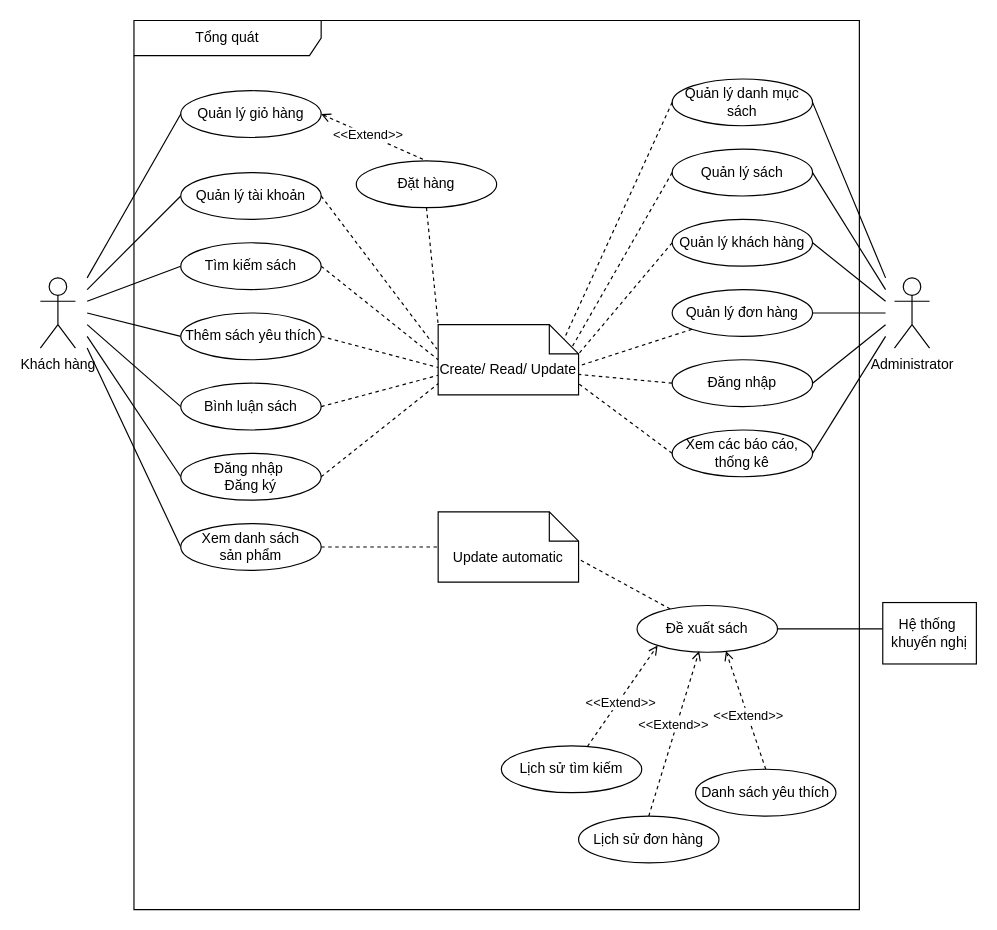
Earlier version of the draw.io diagram page "TongQuat" (1 of 8) of usecase.drawio (QuangHuy2201/FinalProject-Diagrams). Source tidied: cells renumbered, new cells numbered last; positions are measured from the earlier drawing's top-left corner, leaving out a move shared by most shapes. Both pictures are drawn from the tidied source at 117%, with x=0, y=0 at pixel (40, 20).
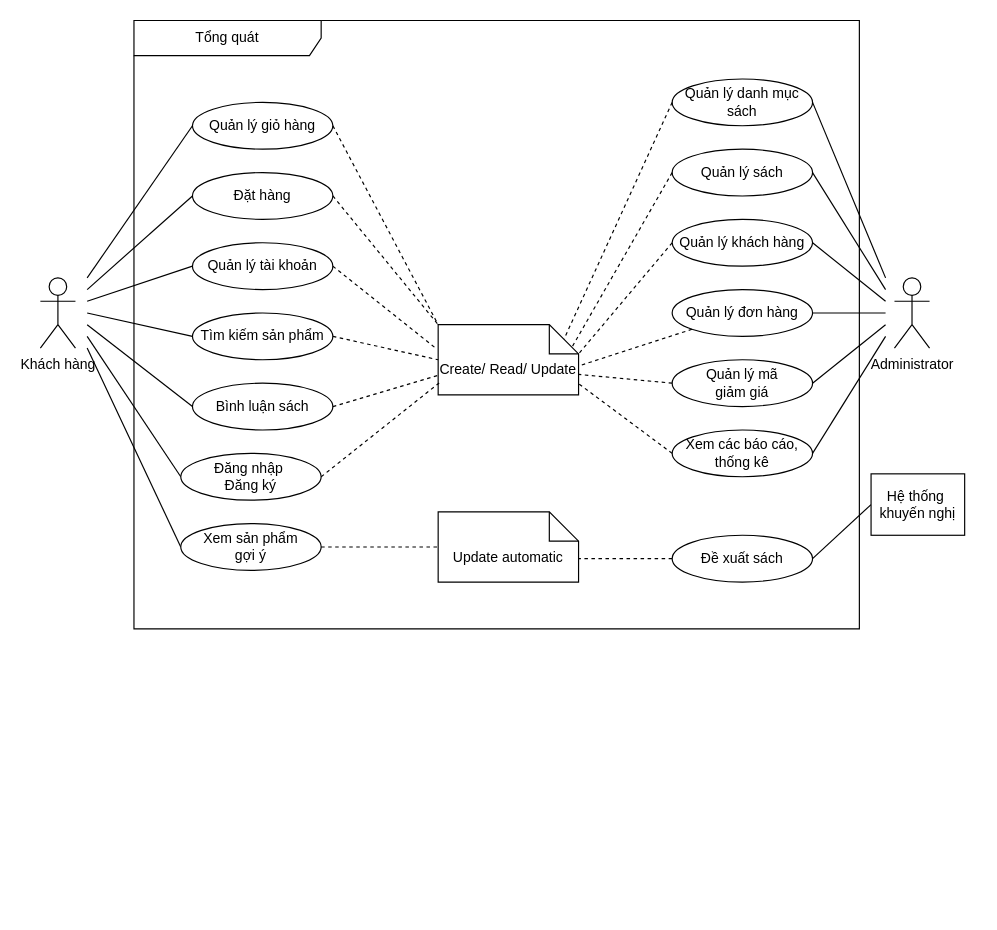
The same diagram, later.

Unchanged cells that the change refers to:
```xml
<mxCell id="46" value="Update automatic" style="shape=note2;boundedLbl=1;whiteSpace=wrap;html=1;size=25;verticalAlign=top;align=center;" parent="1" vertex="1">
  <mxGeometry x="340" y="420" width="120" height="60" as="geometry" />
</mxCell>
```

Change to the diagram source:
```diff
@@
-    <mxCell id="16" value="Xem danh sách&lt;div&gt;sản phẩm&lt;/div&gt;" style="ellipse;whiteSpace=wrap;html=1;" parent="1" vertex="1">
+    <mxCell id="16" value="Xem&amp;nbsp;&lt;span style=&quot;background-color: initial;&quot;&gt;sản phẩm&lt;/span&gt;&lt;div&gt;&lt;span style=&quot;background-color: initial;&quot;&gt;gợi ý&lt;/span&gt;&lt;/div&gt;" style="ellipse;whiteSpace=wrap;html=1;" parent="1" vertex="1">
       <mxGeometry x="120" y="430" width="120" height="40" as="geometry" />
     </mxCell>
-    <mxCell id="17" style="rounded=0;jettySize=auto;html=1;entryX=0.5;entryY=0;entryDx=0;entryDy=0;dashed=1;endArrow=none;endFill=0;exitX=1;exitY=0.5;exitDx=0;exitDy=0;startArrow=open;startFill=0;" parent="1" edge="1" source="19" target="31">
-      <mxGeometry relative="1" as="geometry" />
-    </mxCell>
-    <mxCell id="18" value="&amp;lt;&amp;lt;Extend&amp;gt;&amp;gt;" style="edgeLabel;html=1;align=center;verticalAlign=middle;" parent="17" vertex="1">
-      <mxGeometry x="-0.13" relative="1" as="geometry" />
-    </mxCell>
-    <mxCell id="19" value="Quản lý giỏ hàng" style="ellipse;whiteSpace=wrap;html=1;" parent="1" vertex="1">
-      <mxGeometry x="120" y="60" width="120" height="40" as="geometry" />
-    </mxCell>
     <mxCell id="20" style="rounded=0;jettySize=auto;html=1;endArrow=none;endFill=0;exitX=0;exitY=0.5;exitDx=0;exitDy=0;" parent="1" edge="1" source="21">
       <mxGeometry relative="1" as="geometry">
-        <mxPoint x="40" y="230" as="targetPoint" />
+        <mxPoint x="40" y="240" as="targetPoint" />
       </mxGeometry>
     </mxCell>
-    <mxCell id="21" value="Quản lý tài khoản" style="ellipse;whiteSpace=wrap;html=1;" parent="1" vertex="1">
-      <mxGeometry x="120" y="130" width="120" height="40" as="geometry" />
-    </mxCell>
     <mxCell id="22" style="rounded=0;jettySize=auto;html=1;endArrow=none;endFill=0;exitX=0;exitY=0.5;exitDx=0;exitDy=0;" parent="1" edge="1" source="23">
       <mxGeometry relative="1" as="geometry">
-        <mxPoint x="40" y="240" as="targetPoint" />
+        <mxPoint x="40" y="250" as="targetPoint" />
       </mxGeometry>
     </mxCell>
-    <mxCell id="23" value="Tìm kiếm sách" style="ellipse;whiteSpace=wrap;html=1;" parent="1" vertex="1">
-      <mxGeometry x="120" y="190" width="120" height="40" as="geometry" />
-    </mxCell>
@@
-    <mxCell id="25" value="Đăng nhập&amp;nbsp;&lt;div&gt;Đăng ký&lt;/div&gt;" style="ellipse;whiteSpace=wrap;html=1;" parent="1" vertex="1">
-      <mxGeometry x="120" y="370" width="120" height="40" as="geometry" />
-    </mxCell>
@@
-    <mxCell id="28" value="Bình luận sách" style="ellipse;whiteSpace=wrap;html=1;" parent="1" vertex="1">
-      <mxGeometry x="120" y="310" width="120" height="40" as="geometry" />
-    </mxCell>
-    <mxCell id="29" style="rounded=0;jettySize=auto;html=1;endArrow=none;endFill=0;exitX=0;exitY=0.5;exitDx=0;exitDy=0;" parent="1" edge="1" source="30">
-      <mxGeometry relative="1" as="geometry">
-        <mxPoint x="40" y="250" as="targetPoint" />
-      </mxGeometry>
-    </mxCell>
-    <mxCell id="30" value="Thêm sách yêu thích" style="ellipse;whiteSpace=wrap;html=1;" parent="1" vertex="1">
-      <mxGeometry x="120" y="250" width="120" height="40" as="geometry" />
-    </mxCell>
-    <mxCell id="31" value="Đặt hàng" style="ellipse;whiteSpace=wrap;html=1;" parent="1" vertex="1">
-      <mxGeometry x="270" y="120" width="120" height="40" as="geometry" />
-    </mxCell>
@@
-    <mxCell id="33" value="Đăng nhập" style="ellipse;whiteSpace=wrap;html=1;" parent="1" vertex="1">
+    <mxCell id="33" value="Quản lý mã&lt;div&gt;giảm giá&lt;/div&gt;" style="ellipse;whiteSpace=wrap;html=1;" parent="1" vertex="1">
       <mxGeometry x="540" y="290" width="120" height="40" as="geometry" />
     </mxCell>
-    <mxCell id="34" style="rounded=0;jettySize=auto;html=1;entryX=0;entryY=0;entryDx=0;entryDy=0;entryPerimeter=0;dashed=1;endArrow=none;endFill=0;exitX=0.5;exitY=1;exitDx=0;exitDy=0;" parent="1" edge="1" source="31" target="61">
-      <mxGeometry relative="1" as="geometry" />
-    </mxCell>
-    <mxCell id="35" style="rounded=0;jettySize=auto;html=1;entryX=-0.008;entryY=0.35;entryDx=0;entryDy=0;entryPerimeter=0;dashed=1;endArrow=none;endFill=0;exitX=1;exitY=0.5;exitDx=0;exitDy=0;" parent="1" edge="1" source="21" target="61">
-      <mxGeometry relative="1" as="geometry" />
-    </mxCell>
-    <mxCell id="36" style="rounded=0;jettySize=auto;html=1;exitX=1;exitY=0.5;exitDx=0;exitDy=0;entryX=0;entryY=0.5;entryDx=0;entryDy=0;entryPerimeter=0;dashed=1;endArrow=none;endFill=0;" parent="1" edge="1" source="23" target="61">
-      <mxGeometry relative="1" as="geometry" />
-    </mxCell>
-    <mxCell id="37" style="rounded=0;jettySize=auto;html=1;exitX=1;exitY=0.5;exitDx=0;exitDy=0;entryX=0;entryY=0.61;entryDx=0;entryDy=0;entryPerimeter=0;dashed=1;endArrow=none;endFill=0;" parent="1" edge="1" source="30" target="61">
-      <mxGeometry relative="1" as="geometry" />
-    </mxCell>
-    <mxCell id="38" style="rounded=0;jettySize=auto;html=1;exitX=1;exitY=0.5;exitDx=0;exitDy=0;dashed=1;endArrow=none;endFill=0;entryX=0.008;entryY=0.717;entryDx=0;entryDy=0;entryPerimeter=0;" parent="1" edge="1" source="28" target="61">
-      <mxGeometry relative="1" as="geometry" />
-    </mxCell>
-    <mxCell id="39" style="rounded=0;jettySize=auto;html=1;entryX=0.007;entryY=0.83;entryDx=0;entryDy=0;entryPerimeter=0;dashed=1;endArrow=none;endFill=0;exitX=1;exitY=0.5;exitDx=0;exitDy=0;" parent="1" edge="1" source="25" target="61">
-      <mxGeometry relative="1" as="geometry" />
-    </mxCell>
@@
+    <mxCell id="50" style="rounded=0;jettySize=auto;html=1;exitX=1;exitY=0.5;exitDx=0;exitDy=0;entryX=0;entryY=0.5;entryDx=0;entryDy=0;entryPerimeter=0;dashed=1;endArrow=none;endFill=0;" parent="1" edge="1" source="16" target="46">
+      <mxGeometry relative="1" as="geometry" />
+    </mxCell>
+    <mxCell id="57" value="Tổng quát" style="shape=umlFrame;whiteSpace=wrap;html=1;width=160;" parent="1" vertex="1">
+      <mxGeometry x="80" width="620" height="520" as="geometry" />
+    </mxCell>
+    <mxCell id="61" value="Create/ Read/ Update" style="shape=note2;boundedLbl=1;whiteSpace=wrap;html=1;size=25;verticalAlign=top;align=center;" parent="57" vertex="1">
+      <mxGeometry x="260" y="260" width="120" height="60" as="geometry" />
+    </mxCell>
+    <mxCell id="28" value="Bình luận sách" style="ellipse;whiteSpace=wrap;html=1;" parent="57" vertex="1">
+      <mxGeometry x="50" y="310" width="120" height="40" as="geometry" />
+    </mxCell>
+    <mxCell id="38" style="rounded=0;jettySize=auto;html=1;exitX=1;exitY=0.5;exitDx=0;exitDy=0;dashed=1;endArrow=none;endFill=0;entryX=0.008;entryY=0.717;entryDx=0;entryDy=0;entryPerimeter=0;" parent="57" edge="1" source="28" target="61">
+      <mxGeometry relative="1" as="geometry" />
+    </mxCell>
+    <mxCell id="25" value="Đăng nhập&amp;nbsp;&lt;div&gt;Đăng ký&lt;/div&gt;" style="ellipse;whiteSpace=wrap;html=1;" parent="57" vertex="1">
+      <mxGeometry x="40" y="370" width="120" height="40" as="geometry" />
+    </mxCell>
+    <mxCell id="39" style="rounded=0;jettySize=auto;html=1;entryX=0.007;entryY=0.83;entryDx=0;entryDy=0;entryPerimeter=0;dashed=1;endArrow=none;endFill=0;exitX=1;exitY=0.5;exitDx=0;exitDy=0;" parent="57" edge="1" source="25" target="61">
+      <mxGeometry relative="1" as="geometry" />
+    </mxCell>
+    <mxCell id="23" value="Tìm kiếm sản phẩm" style="ellipse;whiteSpace=wrap;html=1;" parent="57" vertex="1">
+      <mxGeometry x="50" y="250" width="120" height="40" as="geometry" />
+    </mxCell>
+    <mxCell id="36" style="rounded=0;jettySize=auto;html=1;exitX=1;exitY=0.5;exitDx=0;exitDy=0;entryX=0;entryY=0.5;entryDx=0;entryDy=0;entryPerimeter=0;dashed=1;endArrow=none;endFill=0;" parent="57" edge="1" source="23" target="61">
+      <mxGeometry relative="1" as="geometry" />
+    </mxCell>
+    <mxCell id="21" value="Quản lý tài khoản" style="ellipse;whiteSpace=wrap;html=1;" parent="57" vertex="1">
+      <mxGeometry x="50" y="190" width="120" height="40" as="geometry" />
+    </mxCell>
+    <mxCell id="35" style="rounded=0;jettySize=auto;html=1;entryX=-0.008;entryY=0.35;entryDx=0;entryDy=0;entryPerimeter=0;dashed=1;endArrow=none;endFill=0;exitX=1;exitY=0.5;exitDx=0;exitDy=0;" parent="57" edge="1" source="21" target="61">
+      <mxGeometry relative="1" as="geometry" />
+    </mxCell>
+    <mxCell id="31" value="Đặt hàng" style="ellipse;whiteSpace=wrap;html=1;" parent="57" vertex="1">
+      <mxGeometry x="50" y="130" width="120" height="40" as="geometry" />
+    </mxCell>
+    <mxCell id="34" style="rounded=0;jettySize=auto;html=1;entryX=0;entryY=0;entryDx=0;entryDy=0;entryPerimeter=0;dashed=1;endArrow=none;endFill=0;exitX=1;exitY=0.5;exitDx=0;exitDy=0;" parent="57" edge="1" source="31" target="61">
+      <mxGeometry relative="1" as="geometry" />
+    </mxCell>
+    <mxCell id="19" value="Quản lý giỏ hàng" style="ellipse;whiteSpace=wrap;html=1;" parent="57" vertex="1">
+      <mxGeometry x="50" y="70" width="120" height="40" as="geometry" />
+    </mxCell>
+    <mxCell id="63" style="rounded=0;jettySize=auto;html=1;exitX=1;exitY=0.5;exitDx=0;exitDy=0;entryX=0;entryY=0;entryDx=0;entryDy=0;entryPerimeter=0;endArrow=none;endFill=0;dashed=1;" parent="57" edge="1" source="19" target="61">
+      <mxGeometry relative="1" as="geometry" />
+    </mxCell>
-    <mxCell id="48" value="Đề xuất sách" style="ellipse;whiteSpace=wrap;html=1;" parent="1" vertex="1">
-      <mxGeometry x="510" y="500" width="120" height="40" as="geometry" />
+    <mxCell id="48" value="Đề xuất sách" style="ellipse;whiteSpace=wrap;html=1;" parent="57" vertex="1">
+      <mxGeometry x="460" y="440" width="120" height="40" as="geometry" />
     </mxCell>
-    <mxCell id="49" style="edgeStyle=orthogonalEdgeStyle;rounded=0;jettySize=auto;html=1;endArrow=none;endFill=0;" parent="1" edge="1" source="48">
-      <mxGeometry relative="1" as="geometry">
-        <mxPoint x="720" y="520" as="targetPoint" />
-      </mxGeometry>
-    </mxCell>
-    <mxCell id="50" style="rounded=0;jettySize=auto;html=1;exitX=1;exitY=0.5;exitDx=0;exitDy=0;entryX=0;entryY=0.5;entryDx=0;entryDy=0;entryPerimeter=0;dashed=1;endArrow=none;endFill=0;" parent="1" edge="1" source="16" target="46">
-      <mxGeometry relative="1" as="geometry" />
-    </mxCell>
-    <mxCell id="51" style="rounded=0;jettySize=auto;html=1;entryX=0;entryY=1;entryDx=0;entryDy=0;dashed=1;endArrow=open;endFill=0;" parent="1" edge="1" source="60" target="48">
-      <mxGeometry relative="1" as="geometry" />
-    </mxCell>
-    <mxCell id="52" value="&amp;lt;&amp;lt;Extend&amp;gt;&amp;gt;" style="edgeLabel;html=1;align=center;verticalAlign=middle;" parent="51" vertex="1">
-      <mxGeometry x="-0.11" y="-1" relative="1" as="geometry" />
-    </mxCell>
-    <mxCell id="53" style="rounded=0;jettySize=auto;html=1;exitX=0.5;exitY=0;exitDx=0;exitDy=0;dashed=1;endArrow=open;endFill=0;entryX=0.633;entryY=0.975;entryDx=0;entryDy=0;entryPerimeter=0;" parent="1" edge="1" source="58" target="48">
-      <mxGeometry relative="1" as="geometry" />
-    </mxCell>
-    <mxCell id="54" value="&amp;lt;&amp;lt;Extend&amp;gt;&amp;gt;" style="edgeLabel;html=1;align=center;verticalAlign=middle;" parent="53" vertex="1">
-      <mxGeometry x="-0.08" relative="1" as="geometry" />
-    </mxCell>
-    <mxCell id="55" style="rounded=0;jettySize=auto;html=1;exitX=0.5;exitY=0;exitDx=0;exitDy=0;entryX=0.442;entryY=0.975;entryDx=0;entryDy=0;entryPerimeter=0;dashed=1;endArrow=open;endFill=0;" parent="1" edge="1" source="59" target="48">
-      <mxGeometry relative="1" as="geometry" />
-    </mxCell>
-    <mxCell id="56" value="&amp;lt;&amp;lt;Extend&amp;gt;&amp;gt;" style="edgeLabel;html=1;align=center;verticalAlign=middle;" parent="55" vertex="1">
-      <mxGeometry x="-0.11" y="-2" relative="1" as="geometry">
-        <mxPoint x="-1" y="-16" as="offset" />
-      </mxGeometry>
-    </mxCell>
-    <mxCell id="57" value="Tổng quát" style="shape=umlFrame;whiteSpace=wrap;html=1;width=160;" parent="1" vertex="1">
-      <mxGeometry x="80" width="620" height="760" as="geometry" />
-    </mxCell>
-    <mxCell id="58" value="Danh sách yêu thích" style="ellipse;whiteSpace=wrap;html=1;" parent="57" vertex="1">
-      <mxGeometry x="480" y="640" width="120" height="40" as="geometry" />
-    </mxCell>
-    <mxCell id="59" value="Lịch sử đơn hàng" style="ellipse;whiteSpace=wrap;html=1;" parent="57" vertex="1">
-      <mxGeometry x="380" y="680" width="120" height="40" as="geometry" />
-    </mxCell>
-    <mxCell id="60" value="Lịch sử tìm kiếm" style="ellipse;whiteSpace=wrap;html=1;" parent="57" vertex="1">
-      <mxGeometry x="314" y="620" width="120" height="40" as="geometry" />
-    </mxCell>
-    <mxCell id="61" value="Create/ Read/ Update" style="shape=note2;boundedLbl=1;whiteSpace=wrap;html=1;size=25;verticalAlign=top;align=center;" parent="57" vertex="1">
-      <mxGeometry x="260" y="260" width="120" height="60" as="geometry" />
-    </mxCell>
+    <mxCell id="64" style="rounded=0;jettySize=auto;html=1;entryX=1;entryY=0.5;entryDx=0;entryDy=0;endArrow=none;endFill=0;exitX=0;exitY=0.5;exitDx=0;exitDy=0;" parent="1" edge="1" source="62" target="48">
+      <mxGeometry relative="1" as="geometry" />
+    </mxCell>
     <mxCell id="62" value="Hệ thống&amp;nbsp;&lt;div&gt;khuyến nghị&lt;/div&gt;" style="fontStyle=0;whiteSpace=wrap;html=1;" parent="1" vertex="1">
-      <mxGeometry x="720" y="497.5" width="80" height="52.5" as="geometry" />
+      <mxGeometry x="710" y="387.5" width="80" height="52.5" as="geometry" />
     </mxCell>
+    <mxCell id="65" style="rounded=0;jettySize=auto;html=1;endArrow=none;endFill=0;exitX=0;exitY=0.5;exitDx=0;exitDy=0;" parent="1" edge="1" source="31">
+      <mxGeometry relative="1" as="geometry">
+        <mxPoint x="40" y="230" as="targetPoint" />
+      </mxGeometry>
+    </mxCell>
```
